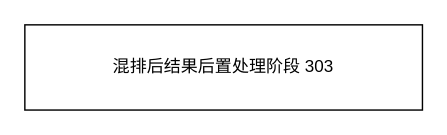
Above: 搜索callback.drawio in ETHAN0430/draw.io.repo (draw.io), before the change. Source tidied: cells renumbered, new cells numbered last; positions are measured from the earlier drawing's top-left corner, leaving out a move shared by most shapes. Both pictures are drawn from the tidied source at 142%, with x=0, y=0 at pixel (24, 24).
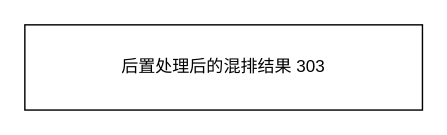
After the change.

What changed in the source:
```diff
@@
 <mxGraphModel>
   <root>
     <mxCell id="0" />
     <mxCell id="1" parent="0" />
-    <mxCell id="2" value="混排后结果后置处理阶段 303" style="whiteSpace=wrap;html=1;" parent="1" vertex="1">
+    <mxCell id="2" value="后置处理后的混排结果 303" style="whiteSpace=wrap;html=1;" parent="1" vertex="1">
       <mxGeometry width="280" height="60" as="geometry" />
     </mxCell>
   </root>
 </mxGraphModel>
```
